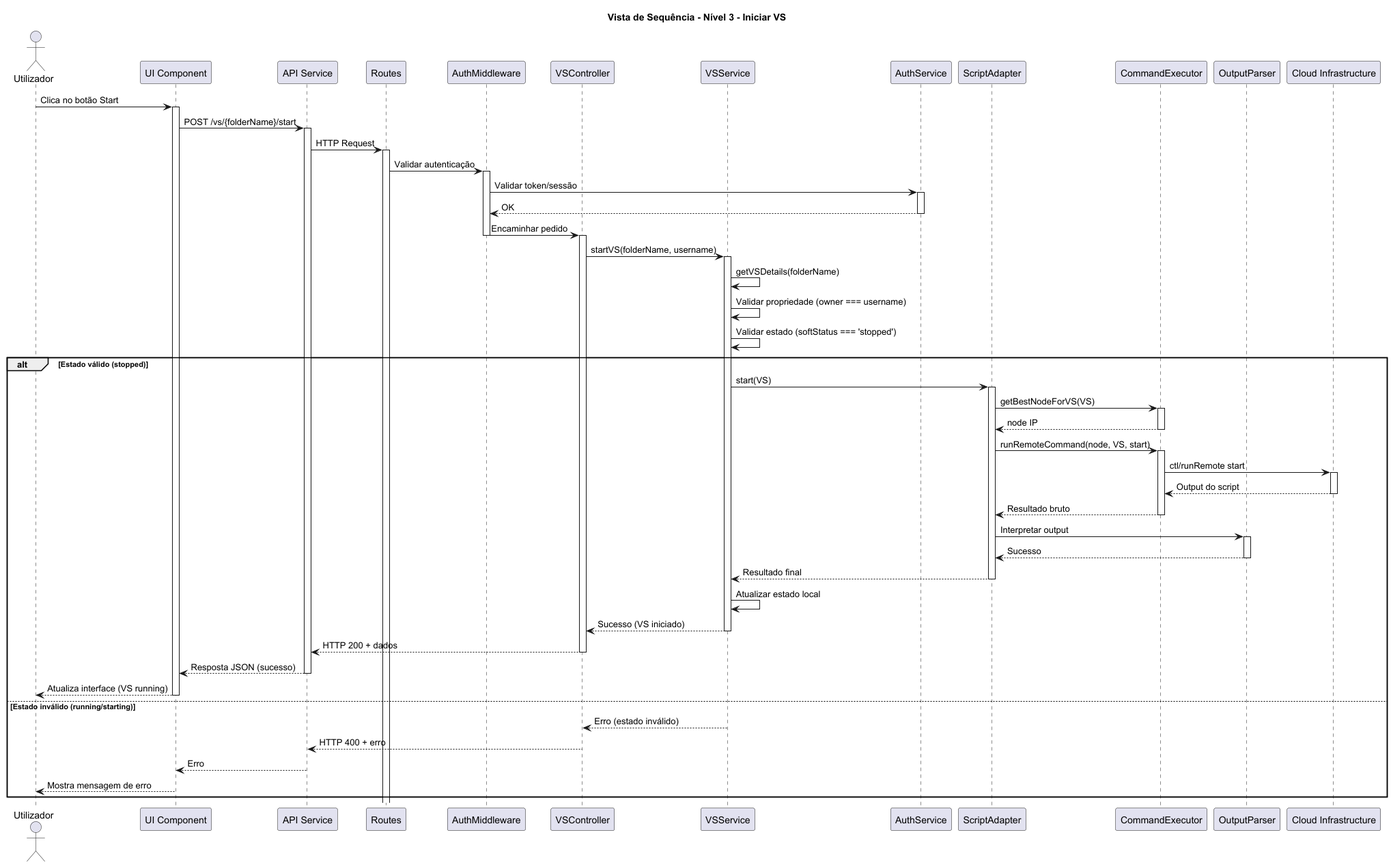
Above: docs/VISTAS/SEQUÊNCIA/US6/VS3.png in tiagosoa/LEI-PROJ-FRONTEND (PlantUML), before the change. The source it was exported from:
```plantuml
@startuml
title Vista de Sequência - Nível 3 - Iniciar VS

actor Utilizador

participant "UI Component" as UI
participant "API Service" as APIService
participant "Routes" as Routes
participant "AuthMiddleware" as Middleware
participant "VSController" as Controller
participant "VSService" as Service
participant "AuthService" as AuthService
participant "ScriptAdapter" as Adapter
participant "CommandExecutor" as Executor
participant "OutputParser" as Parser
participant "Cloud Infrastructure" as Cloud

Utilizador -> UI : Clica no botão Start
activate UI

UI -> APIService : POST /vs/{folderName}/start
activate APIService

APIService -> Routes : HTTP Request
activate Routes

Routes -> Middleware : Validar autenticação
activate Middleware

Middleware -> AuthService : Validar token/sessão
activate AuthService
AuthService --> Middleware : OK
deactivate AuthService

Middleware -> Controller : Encaminhar pedido
deactivate Middleware

activate Controller
Controller -> Service : startVS(folderName, username)
activate Service

Service -> Service : getVSDetails(folderName)
Service -> Service : Validar propriedade (owner === username)
Service -> Service : Validar estado (softStatus === 'stopped')

alt Estado válido (stopped)

    Service -> Adapter : start(VS)
    activate Adapter

    Adapter -> Executor : getBestNodeForVS(VS)
    activate Executor
    Executor --> Adapter : node IP
    deactivate Executor

    Adapter -> Executor : runRemoteCommand(node, VS, start)
    activate Executor

    Executor -> Cloud : ctl/runRemote start
    activate Cloud
    Cloud --> Executor : Output do script
    deactivate Cloud

    Executor --> Adapter : Resultado bruto
    deactivate Executor

    Adapter -> Parser : Interpretar output
    activate Parser
    Parser --> Adapter : Sucesso
    deactivate Parser

    Adapter --> Service : Resultado final
    deactivate Adapter

    Service -> Service : Atualizar estado local
    Service --> Controller : Sucesso (VS iniciado)
    deactivate Service

    Controller --> APIService : HTTP 200 + dados
    deactivate Controller

    APIService --> UI : Resposta JSON (sucesso)
    deactivate APIService

    UI --> Utilizador : Atualiza interface (VS running)
    deactivate UI

else Estado inválido (running/starting)

    Service --> Controller : Erro (estado inválido)
    deactivate Service

    Controller --> APIService : HTTP 400 + erro
    deactivate Controller

    APIService --> UI : Erro
    deactivate APIService

    UI --> Utilizador : Mostra mensagem de erro
    deactivate UI

end

@enduml
```
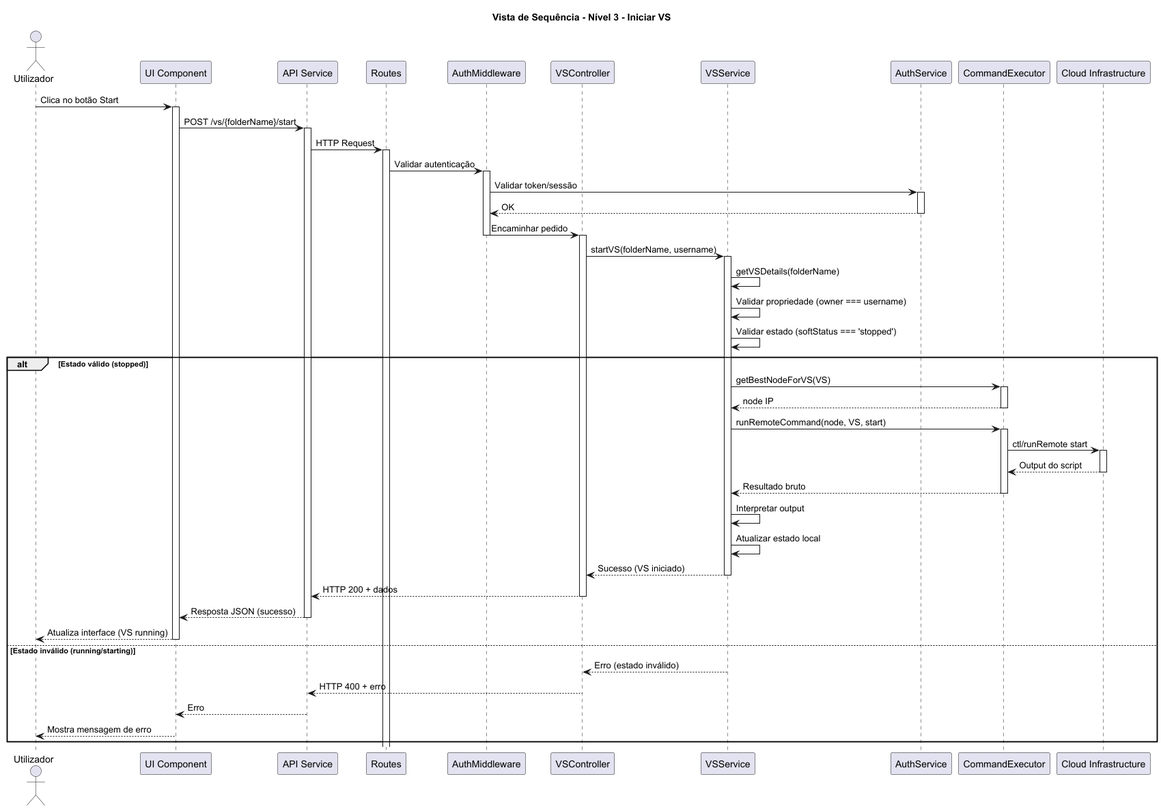
After the commit.

Diff of the diagram source:
```diff
@@ -10,9 +10,7 @@
 participant "VSController" as Controller
 participant "VSService" as Service
 participant "AuthService" as AuthService
-participant "ScriptAdapter" as Adapter
 participant "CommandExecutor" as Executor
-participant "OutputParser" as Parser
 participant "Cloud Infrastructure" as Cloud
 
 Utilizador -> UI : Clica no botão Start
@@ -45,15 +43,12 @@
 
 alt Estado válido (stopped)
 
-    Service -> Adapter : start(VS)
-    activate Adapter
-
-    Adapter -> Executor : getBestNodeForVS(VS)
+    Service -> Executor : getBestNodeForVS(VS)
     activate Executor
-    Executor --> Adapter : node IP
+    Executor --> Service : node IP
     deactivate Executor
 
-    Adapter -> Executor : runRemoteCommand(node, VS, start)
+    Service -> Executor : runRemoteCommand(node, VS, start)
     activate Executor
 
     Executor -> Cloud : ctl/runRemote start
@@ -61,16 +56,10 @@
     Cloud --> Executor : Output do script
     deactivate Cloud
 
-    Executor --> Adapter : Resultado bruto
+    Executor --> Service : Resultado bruto
     deactivate Executor
 
-    Adapter -> Parser : Interpretar output
-    activate Parser
-    Parser --> Adapter : Sucesso
-    deactivate Parser
-
-    Adapter --> Service : Resultado final
-    deactivate Adapter
+    Service -> Service : Interpretar output
 
     Service -> Service : Atualizar estado local
     Service --> Controller : Sucesso (VS iniciado)
```
